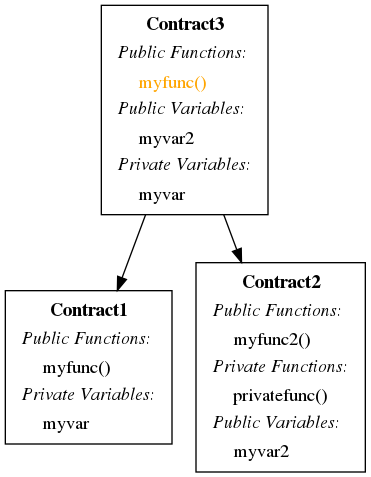
Earlier version of the Graphviz export examples/printers/inheritances_graph.sol.png (crytic/slither). Its source is kept beside it as examples/printers/inheritances_graph.sol.dot.
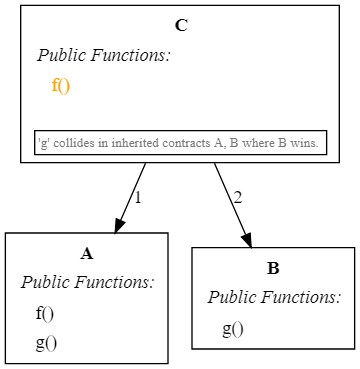
Later version of the same file.

Commit message:
Updated inheritances_graph printer examples.

Change to the diagram source:
```diff
@@ -1,7 +1,7 @@
-digraph{
-Contract1[shape="box"label=< <TABLE border="0"><TR><TD align="center"><B>Contract1</B></TD></TR><TR><TD align="left"><I>Public Functions:</I></TD></TR><TR><TD align="left">    myfunc()</TD></TR><TR><TD align="left"><I>Private Variables:</I></TD></TR><TR><TD align="left">    myvar</TD></TR></TABLE> >];
-Contract2[shape="box"label=< <TABLE border="0"><TR><TD align="center"><B>Contract2</B></TD></TR><TR><TD align="left"><I>Public Functions:</I></TD></TR><TR><TD align="left">    myfunc2()</TD></TR><TR><TD align="left"><I>Private Functions:</I></TD></TR><TR><TD align="left">    privatefunc()</TD></TR><TR><TD align="left"><I>Public Variables:</I></TD></TR><TR><TD align="left">    myvar2</TD></TR></TABLE> >];
-Contract3 -> Contract2;
-Contract3 -> Contract1;
-Contract3[shape="box"label=< <TABLE border="0"><TR><TD align="center"><B>Contract3</B></TD></TR><TR><TD align="left"><I>Public Functions:</I></TD></TR><TR><TD align="left"><font color="#FFA500">    myfunc()</font></TD></TR><TR><TD align="left"><I>Public Variables:</I></TD></TR><TR><TD align="left">    myvar2</TD></TR><TR><TD align="left"><I>Private Variables:</I></TD></TR><TR><TD align="left">    myvar</TD></TR></TABLE> >];
+digraph "" {
+A[shape="box"label=< <TABLE border="0"><TR><TD align="center"><B>A</B></TD></TR><TR><TD align="left"><I>Public Functions:</I></TD></TR><TR><TD align="left">    f()</TD></TR><TR><TD align="left">    g()</TD></TR></TABLE> >];
+B[shape="box"label=< <TABLE border="0"><TR><TD align="center"><B>B</B></TD></TR><TR><TD align="left"><I>Public Functions:</I></TD></TR><TR><TD align="left">    g()</TD></TR></TABLE> >];
+C -> A [ label="1" ];
+C -> B [ label="2" ];
+C[shape="box"label=< <TABLE border="0"><TR><TD align="center"><B>C</B></TD></TR><TR><TD align="left"><I>Public Functions:</I></TD></TR><TR><TD align="left"><font color="#FFA500">    f()</font></TD></TR><TR><TD><BR/></TD></TR><TR><TD align="left" border="1"><font color="#777777" point-size="10">'g' collides in inherited contracts A, B where B wins.</font></TD></TR></TABLE> >];
 }
```
